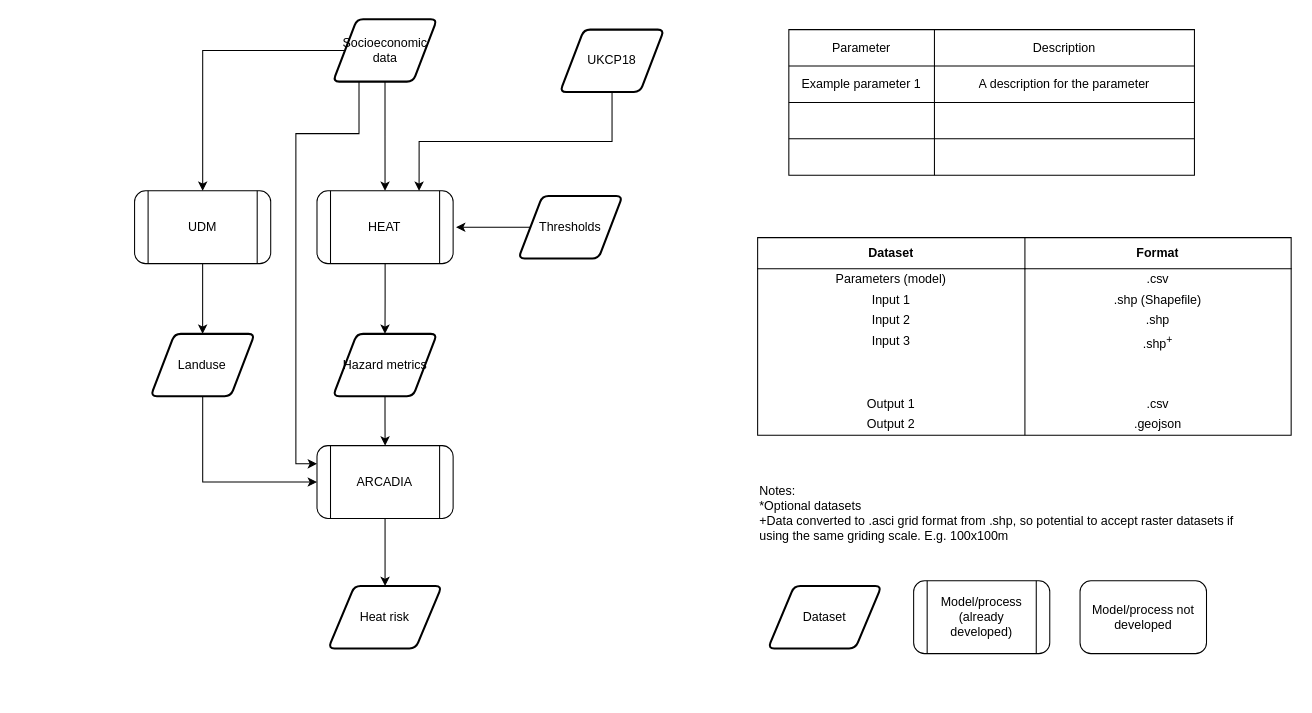
Before: workflows/heat/workflow.drawio in OpenCLIM/workflow-diagrams, a draw.io diagram. Source tidied: cells renumbered, new cells numbered last; positions are measured from the earlier drawing's top-left corner, leaving out a move shared by most shapes. Both pictures are drawn from the tidied source at 104%, with x=0, y=0 at pixel (134, 19).
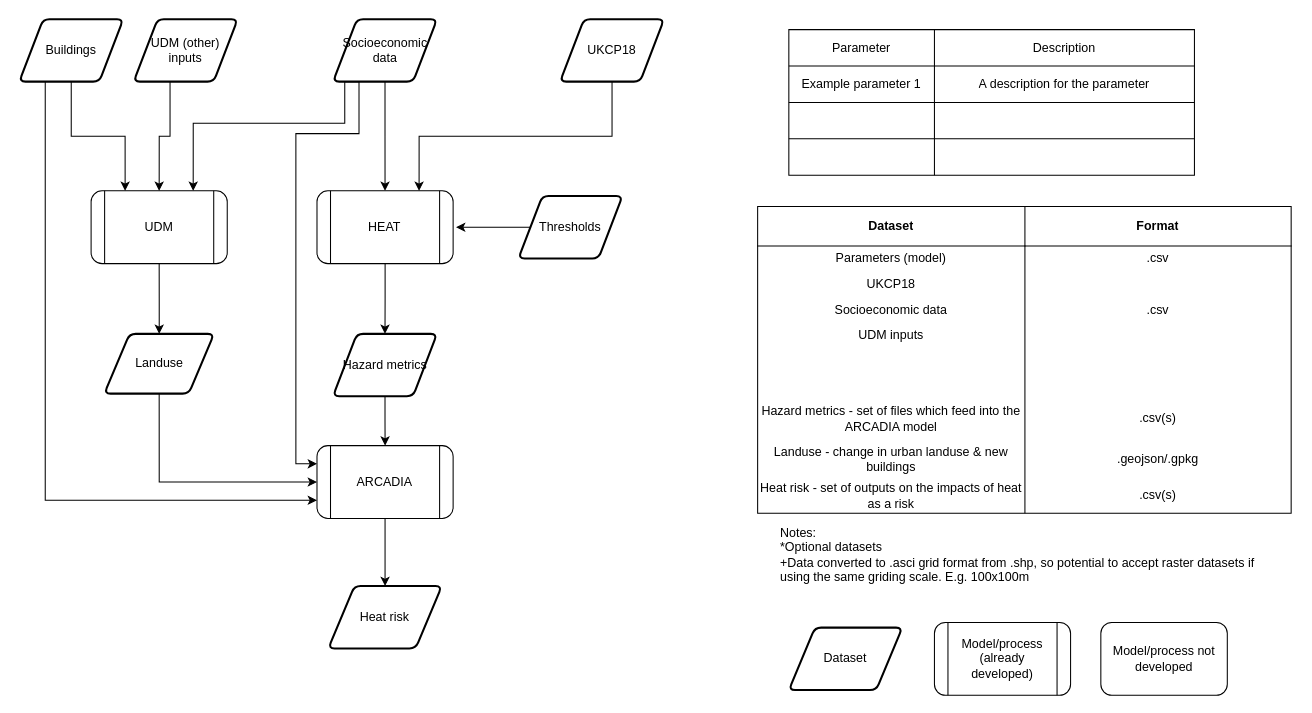
After the change.

Commit message (it also covers changes not shown here):
added more details to heat workflow

Unchanged cells that the change refers to:
```xml
<mxCell id="58" value="Socioeconomic data" style="shape=parallelogram;html=1;strokeWidth=2;perimeter=parallelogramPerimeter;whiteSpace=wrap;rounded=1;arcSize=12;size=0.23;" parent="1" vertex="1">
  <mxGeometry x="190.7" width="100" height="60" as="geometry" />
</mxCell>
<mxCell id="64" value="ARCADIA" style="shape=process;whiteSpace=wrap;html=1;backgroundOutline=1;shadow=0;fontFamily=Helvetica;fontSize=12;fontColor=#000000;align=center;strokeColor=#000000;strokeWidth=1;fillColor=#ffffff;rounded=1;" parent="1" vertex="1">
  <mxGeometry x="175.3" y="410" width="130.9" height="70" as="geometry" />
</mxCell>
```

Change to the diagram source:
```diff
@@
     <mxCell id="6" style="shape=table;html=1;whiteSpace=wrap;startSize=0;childLayout=tableLayout;spacingTop=0;rowLines=0;" parent="1" vertex="1">
-      <mxGeometry x="599" y="210" width="513" height="190" as="geometry" />
+      <mxGeometry x="599" y="180" width="513" height="295" as="geometry" />
     </mxCell>
     <mxCell id="7" style="shape=partialRectangle;html=1;whiteSpace=wrap;fillColor=none;top=0;left=0;bottom=0;right=0;perimeterSpacing=2;strokeWidth=5;" parent="6" vertex="1">
-      <mxGeometry width="513" height="30" as="geometry" />
+      <mxGeometry width="513" height="38" as="geometry" />
     </mxCell>
     <mxCell id="8" value="&lt;b&gt;Dataset&lt;/b&gt;" style="shape=partialRectangle;html=1;whiteSpace=wrap;fillColor=none;top=0;left=0;bottom=1;right=0;overflow=hidden;" parent="7" vertex="1">
-      <mxGeometry width="257" height="30" as="geometry" />
+      <mxGeometry width="257" height="38" as="geometry" />
     </mxCell>
     <mxCell id="9" value="&lt;b&gt;Format&lt;/b&gt;" style="shape=partialRectangle;html=1;whiteSpace=wrap;fillColor=none;top=0;left=0;bottom=1;right=0;overflow=hidden;sketch=0;" parent="7" vertex="1">
-      <mxGeometry x="257" width="256" height="30" as="geometry" />
+      <mxGeometry x="257" width="256" height="38" as="geometry" />
     </mxCell>
     <mxCell id="10" style="shape=partialRectangle;html=1;whiteSpace=wrap;fillColor=none;top=0;left=0;bottom=0;right=0;strokeColor=none;" parent="6" vertex="1">
-      <mxGeometry y="30" width="513" height="20" as="geometry" />
+      <mxGeometry y="38" width="513" height="24" as="geometry" />
     </mxCell>
     <mxCell id="11" value="Parameters (model)" style="shape=partialRectangle;html=1;whiteSpace=wrap;fillColor=none;top=0;left=0;bottom=0;right=0;overflow=hidden;strokeColor=none;" parent="10" vertex="1">
-      <mxGeometry width="257" height="20" as="geometry" />
+      <mxGeometry width="257" height="24" as="geometry" />
     </mxCell>
     <mxCell id="12" value=".csv" style="shape=partialRectangle;html=1;whiteSpace=wrap;fillColor=none;top=0;left=0;bottom=0;right=0;overflow=hidden;strokeColor=none;" parent="10" vertex="1">
-      <mxGeometry x="257" width="256" height="20" as="geometry" />
+      <mxGeometry x="257" width="256" height="24" as="geometry" />
     </mxCell>
     <mxCell id="13" style="shape=partialRectangle;html=1;whiteSpace=wrap;fillColor=none;top=0;left=0;bottom=0;right=0;strokeColor=none;" parent="6" vertex="1">
-      <mxGeometry y="50" width="513" height="20" as="geometry" />
+      <mxGeometry y="62" width="513" height="25" as="geometry" />
     </mxCell>
-    <mxCell id="14" value="Input 1" style="shape=partialRectangle;html=1;whiteSpace=wrap;fillColor=none;top=0;left=0;bottom=0;right=0;overflow=hidden;strokeColor=none;" parent="13" vertex="1">
-      <mxGeometry width="257" height="20" as="geometry" />
+    <mxCell id="14" value="UKCP18" style="shape=partialRectangle;html=1;whiteSpace=wrap;fillColor=none;top=0;left=0;bottom=0;right=0;overflow=hidden;strokeColor=none;" parent="13" vertex="1">
+      <mxGeometry width="257" height="25" as="geometry" />
     </mxCell>
-    <mxCell id="15" value=".shp (Shapefile)" style="shape=partialRectangle;html=1;whiteSpace=wrap;fillColor=none;top=0;left=0;bottom=0;right=0;overflow=hidden;strokeColor=none;" parent="13" vertex="1">
-      <mxGeometry x="257" width="256" height="20" as="geometry" />
+    <mxCell id="15" style="shape=partialRectangle;html=1;whiteSpace=wrap;fillColor=none;top=0;left=0;bottom=0;right=0;overflow=hidden;strokeColor=none;" parent="13" vertex="1">
+      <mxGeometry x="257" width="256" height="25" as="geometry" />
     </mxCell>
     <mxCell id="16" style="shape=partialRectangle;html=1;whiteSpace=wrap;fillColor=none;top=0;left=0;bottom=0;right=0;strokeColor=none;" parent="6" vertex="1">
-      <mxGeometry y="70" width="513" height="20" as="geometry" />
+      <mxGeometry y="87" width="513" height="25" as="geometry" />
     </mxCell>
-    <mxCell id="17" value="Input 2" style="shape=partialRectangle;html=1;whiteSpace=wrap;fillColor=none;top=0;left=0;bottom=0;right=0;overflow=hidden;strokeColor=none;" parent="16" vertex="1">
-      <mxGeometry width="257" height="20" as="geometry" />
+    <mxCell id="17" value="Socioeconomic data" style="shape=partialRectangle;html=1;whiteSpace=wrap;fillColor=none;top=0;left=0;bottom=0;right=0;overflow=hidden;strokeColor=none;" parent="16" vertex="1">
+      <mxGeometry width="257" height="25" as="geometry" />
     </mxCell>
-    <mxCell id="18" value=".shp" style="shape=partialRectangle;html=1;whiteSpace=wrap;fillColor=none;top=0;left=0;bottom=0;right=0;overflow=hidden;strokeColor=none;" parent="16" vertex="1">
-      <mxGeometry x="257" width="256" height="20" as="geometry" />
+    <mxCell id="18" value="&lt;div&gt;.csv&lt;/div&gt;" style="shape=partialRectangle;html=1;whiteSpace=wrap;fillColor=none;top=0;left=0;bottom=0;right=0;overflow=hidden;strokeColor=none;" parent="16" vertex="1">
+      <mxGeometry x="257" width="256" height="25" as="geometry" />
     </mxCell>
     <mxCell id="19" style="shape=partialRectangle;html=1;whiteSpace=wrap;fillColor=none;top=0;left=0;bottom=0;right=0;strokeColor=none;" parent="6" vertex="1">
-      <mxGeometry y="90" width="513" height="20" as="geometry" />
+      <mxGeometry y="112" width="513" height="24" as="geometry" />
     </mxCell>
-    <mxCell id="20" value="Input 3" style="shape=partialRectangle;html=1;whiteSpace=wrap;fillColor=none;top=0;left=0;bottom=0;right=0;overflow=hidden;strokeColor=none;" parent="19" vertex="1">
-      <mxGeometry width="257" height="20" as="geometry" />
+    <mxCell id="20" value="UDM inputs" style="shape=partialRectangle;html=1;whiteSpace=wrap;fillColor=none;top=0;left=0;bottom=0;right=0;overflow=hidden;strokeColor=none;" parent="19" vertex="1">
+      <mxGeometry width="257" height="24" as="geometry" />
     </mxCell>
-    <mxCell id="21" value=".shp&lt;sup&gt;+&lt;/sup&gt;" style="shape=partialRectangle;html=1;whiteSpace=wrap;fillColor=none;top=0;left=0;bottom=0;right=0;overflow=hidden;strokeColor=none;" parent="19" vertex="1">
-      <mxGeometry x="257" width="256" height="20" as="geometry" />
+    <mxCell id="21" style="shape=partialRectangle;html=1;whiteSpace=wrap;fillColor=none;top=0;left=0;bottom=0;right=0;overflow=hidden;strokeColor=none;" parent="19" vertex="1">
+      <mxGeometry x="257" width="256" height="24" as="geometry" />
     </mxCell>
     <mxCell id="22" style="shape=partialRectangle;html=1;whiteSpace=wrap;fillColor=none;top=0;left=0;bottom=0;right=0;strokeColor=none;" parent="6" vertex="1">
-      <mxGeometry y="110" width="513" height="20" as="geometry" />
+      <mxGeometry y="136" width="513" height="26" as="geometry" />
     </mxCell>
     <mxCell id="23" style="shape=partialRectangle;html=1;whiteSpace=wrap;fillColor=none;top=0;left=0;bottom=0;right=0;overflow=hidden;strokeColor=none;" parent="22" vertex="1">
-      <mxGeometry width="257" height="20" as="geometry" />
+      <mxGeometry width="257" height="26" as="geometry" />
     </mxCell>
     <mxCell id="24" style="shape=partialRectangle;html=1;whiteSpace=wrap;fillColor=none;top=0;left=0;bottom=0;right=0;overflow=hidden;strokeColor=none;" parent="22" vertex="1">
-      <mxGeometry x="257" width="256" height="20" as="geometry" />
+      <mxGeometry x="257" width="256" height="26" as="geometry" />
     </mxCell>
     <mxCell id="25" style="shape=partialRectangle;html=1;whiteSpace=wrap;fillColor=none;top=0;left=0;bottom=0;right=0;strokeColor=none;" parent="6" vertex="1">
-      <mxGeometry y="130" width="513" height="20" as="geometry" />
+      <mxGeometry y="162" width="513" height="21" as="geometry" />
     </mxCell>
     <mxCell id="26" style="shape=partialRectangle;html=1;whiteSpace=wrap;fillColor=none;top=0;left=0;bottom=0;right=0;overflow=hidden;strokeColor=none;" parent="25" vertex="1">
-      <mxGeometry width="257" height="20" as="geometry" />
+      <mxGeometry width="257" height="21" as="geometry" />
     </mxCell>
     <mxCell id="27" style="shape=partialRectangle;html=1;whiteSpace=wrap;fillColor=none;top=0;left=0;bottom=0;right=0;overflow=hidden;strokeColor=none;" parent="25" vertex="1">
-      <mxGeometry x="257" width="256" height="20" as="geometry" />
+      <mxGeometry x="257" width="256" height="21" as="geometry" />
     </mxCell>
     <mxCell id="28" style="shape=partialRectangle;html=1;whiteSpace=wrap;fillColor=none;top=0;left=0;bottom=0;right=0;strokeColor=none;" parent="6" vertex="1">
-      <mxGeometry y="150" width="513" height="20" as="geometry" />
+      <mxGeometry y="183" width="513" height="42" as="geometry" />
     </mxCell>
-    <mxCell id="29" value="Output 1" style="shape=partialRectangle;html=1;whiteSpace=wrap;fillColor=none;top=0;left=0;bottom=0;right=0;overflow=hidden;strokeColor=none;" parent="28" vertex="1">
-      <mxGeometry width="257" height="20" as="geometry" />
+    <mxCell id="29" value="Hazard metrics - set of files which feed into the ARCADIA model" style="shape=partialRectangle;html=1;whiteSpace=wrap;fillColor=none;top=0;left=0;bottom=0;right=0;overflow=hidden;strokeColor=none;" parent="28" vertex="1">
+      <mxGeometry width="257" height="42" as="geometry" />
     </mxCell>
-    <mxCell id="30" value=".csv" style="shape=partialRectangle;html=1;whiteSpace=wrap;fillColor=none;top=0;left=0;bottom=0;right=0;overflow=hidden;strokeColor=none;" parent="28" vertex="1">
-      <mxGeometry x="257" width="256" height="20" as="geometry" />
+    <mxCell id="30" value=".csv(s)" style="shape=partialRectangle;html=1;whiteSpace=wrap;fillColor=none;top=0;left=0;bottom=0;right=0;overflow=hidden;strokeColor=none;" parent="28" vertex="1">
+      <mxGeometry x="257" width="256" height="42" as="geometry" />
     </mxCell>
     <mxCell id="31" style="shape=partialRectangle;html=1;whiteSpace=wrap;fillColor=none;top=0;left=0;bottom=0;right=0;strokeColor=none;" parent="6" vertex="1">
-      <mxGeometry y="170" width="513" height="20" as="geometry" />
+      <mxGeometry y="225" width="513" height="35" as="geometry" />
     </mxCell>
-    <mxCell id="32" value="Output 2" style="shape=partialRectangle;html=1;whiteSpace=wrap;fillColor=none;top=0;left=0;bottom=0;right=0;overflow=hidden;strokeColor=none;" parent="31" vertex="1">
-      <mxGeometry width="257" height="20" as="geometry" />
+    <mxCell id="32" value="Landuse - change in urban landuse &amp;amp; new buildings" style="shape=partialRectangle;html=1;whiteSpace=wrap;fillColor=none;top=0;left=0;bottom=0;right=0;overflow=hidden;strokeColor=none;" parent="31" vertex="1">
+      <mxGeometry width="257" height="35" as="geometry" />
     </mxCell>
-    <mxCell id="33" value=".geojson" style="shape=partialRectangle;html=1;whiteSpace=wrap;fillColor=none;top=0;left=0;bottom=0;right=0;overflow=hidden;strokeColor=none;" parent="31" vertex="1">
-      <mxGeometry x="257" width="256" height="20" as="geometry" />
+    <mxCell id="33" value=".geojson/.gpkg" style="shape=partialRectangle;html=1;whiteSpace=wrap;fillColor=none;top=0;left=0;bottom=0;right=0;overflow=hidden;strokeColor=none;" parent="31" vertex="1">
+      <mxGeometry x="257" width="256" height="35" as="geometry" />
     </mxCell>
+    <mxCell id="67" style="shape=partialRectangle;html=1;whiteSpace=wrap;fillColor=none;top=0;left=0;bottom=0;right=0;strokeColor=none;" parent="6" vertex="1">
+      <mxGeometry y="260" width="513" height="35" as="geometry" />
+    </mxCell>
+    <mxCell id="68" value="Heat risk - set of outputs on the impacts of heat as a risk" style="shape=partialRectangle;html=1;whiteSpace=wrap;fillColor=none;top=0;left=0;bottom=0;right=0;overflow=hidden;strokeColor=none;" parent="67" vertex="1">
+      <mxGeometry width="257" height="35" as="geometry" />
+    </mxCell>
+    <mxCell id="69" value=".csv(s)" style="shape=partialRectangle;html=1;whiteSpace=wrap;fillColor=none;top=0;left=0;bottom=0;right=0;overflow=hidden;strokeColor=none;" parent="67" vertex="1">
+      <mxGeometry x="257" width="256" height="35" as="geometry" />
+    </mxCell>
     <mxCell id="34" value="Notes:&lt;br&gt;*Optional datasets&lt;br&gt;+Data converted to .asci grid format from .shp, so potential to accept raster datasets if using the same griding scale. E.g. 100x100m" style="text;html=1;strokeColor=none;fillColor=none;align=left;verticalAlign=top;whiteSpace=wrap;rounded=0;" parent="1" vertex="1">
-      <mxGeometry x="599" y="440" width="460" height="100" as="geometry" />
+      <mxGeometry x="619" y="480" width="460" height="100" as="geometry" />
     </mxCell>
     <mxCell id="35" value="Landuse" style="shape=parallelogram;html=1;strokeWidth=2;perimeter=parallelogramPerimeter;whiteSpace=wrap;rounded=1;arcSize=12;size=0.23;" parent="1" vertex="1">
-      <mxGeometry x="15.4" y="302.5" width="100" height="60" as="geometry" />
+      <mxGeometry x="-29.2" y="302.5" width="105.5" height="57.5" as="geometry" />
     </mxCell>
@@
     <mxCell id="54" value="Dataset" style="shape=parallelogram;html=1;strokeWidth=2;perimeter=parallelogramPerimeter;whiteSpace=wrap;rounded=1;arcSize=12;size=0.23;" parent="1" vertex="1">
-      <mxGeometry x="609" y="545" width="109.1" height="60" as="geometry" />
+      <mxGeometry x="629" y="585" width="109.1" height="60" as="geometry" />
     </mxCell>
     <mxCell id="55" value="Model/process (already developed)" style="shape=process;whiteSpace=wrap;html=1;backgroundOutline=1;shadow=0;fontFamily=Helvetica;fontSize=12;fontColor=#000000;align=center;strokeColor=#000000;strokeWidth=1;fillColor=#ffffff;rounded=1;" parent="1" vertex="1">
-      <mxGeometry x="749" y="540" width="130.9" height="70" as="geometry" />
+      <mxGeometry x="769" y="580" width="130.9" height="70" as="geometry" />
     </mxCell>
     <mxCell id="56" value="Model/process not developed" style="rounded=1;whiteSpace=wrap;html=1;fontSize=12;glass=0;strokeWidth=1;shadow=0;" parent="1" vertex="1">
-      <mxGeometry x="909" y="540" width="121.6" height="70" as="geometry" />
+      <mxGeometry x="929" y="580" width="121.6" height="70" as="geometry" />
     </mxCell>
     <mxCell id="57" value="&lt;div&gt;UKCP18&lt;/div&gt;" style="shape=parallelogram;html=1;strokeWidth=2;perimeter=parallelogramPerimeter;whiteSpace=wrap;rounded=1;arcSize=12;size=0.23;" parent="1" vertex="1">
-      <mxGeometry x="409" y="10" width="100" height="60" as="geometry" />
+      <mxGeometry x="409" width="100" height="60" as="geometry" />
     </mxCell>
@@
     <mxCell id="60" value="&lt;div&gt;UDM&lt;/div&gt;" style="shape=process;whiteSpace=wrap;html=1;backgroundOutline=1;shadow=0;fontFamily=Helvetica;fontSize=12;fontColor=#000000;align=center;strokeColor=#000000;strokeWidth=1;fillColor=#ffffff;rounded=1;" parent="1" vertex="1">
-      <mxGeometry x="-0.1" y="165" width="130.9" height="70" as="geometry" />
+      <mxGeometry x="-41.9" y="165" width="130.9" height="70" as="geometry" />
     </mxCell>
@@
-    <mxCell id="62" style="edgeStyle=orthogonalEdgeStyle;rounded=0;jettySize=auto;html=1;exitX=0;exitY=0.5;exitDx=0;exitDy=0;" parent="1" edge="1" source="58" target="60">
-      <mxGeometry relative="1" as="geometry" />
+    <mxCell id="62" style="edgeStyle=orthogonalEdgeStyle;rounded=0;jettySize=auto;html=1;exitX=0.25;exitY=1;exitDx=0;exitDy=0;entryX=0.75;entryY=0;entryDx=0;entryDy=0;" parent="1" edge="1" source="58" target="60">
+      <mxGeometry relative="1" as="geometry">
+        <Array as="points">
+          <mxPoint x="202" y="60" />
+          <mxPoint x="202" y="100" />
+          <mxPoint x="56" y="100" />
+        </Array>
+      </mxGeometry>
     </mxCell>
@@
+    <mxCell id="70" value="UDM (other) inputs" style="shape=parallelogram;html=1;strokeWidth=2;perimeter=parallelogramPerimeter;whiteSpace=wrap;rounded=1;arcSize=12;size=0.23;" parent="1" vertex="1">
+      <mxGeometry x="-1" width="100" height="60" as="geometry" />
+    </mxCell>
+    <mxCell id="71" style="edgeStyle=orthogonalEdgeStyle;rounded=0;jettySize=auto;html=1;exitX=0.35;exitY=1;exitDx=0;exitDy=0;exitPerimeter=0;entryX=0.5;entryY=0;entryDx=0;entryDy=0;" parent="1" edge="1" source="70" target="60">
+      <mxGeometry relative="1" as="geometry" />
+    </mxCell>
+    <mxCell id="72" value="&lt;div&gt;Buildings&lt;/div&gt;" style="shape=parallelogram;html=1;strokeWidth=2;perimeter=parallelogramPerimeter;whiteSpace=wrap;rounded=1;arcSize=12;size=0.23;" parent="1" vertex="1">
+      <mxGeometry x="-111" width="100" height="60" as="geometry" />
+    </mxCell>
+    <mxCell id="73" style="edgeStyle=orthogonalEdgeStyle;rounded=0;jettySize=auto;html=1;exitX=0.25;exitY=1;exitDx=0;exitDy=0;entryX=0;entryY=0.75;entryDx=0;entryDy=0;" parent="1" edge="1" source="72" target="64">
+      <mxGeometry relative="1" as="geometry">
+        <Array as="points">
+          <mxPoint x="-86" y="463" />
+        </Array>
+      </mxGeometry>
+    </mxCell>
+    <mxCell id="74" style="edgeStyle=orthogonalEdgeStyle;rounded=0;jettySize=auto;html=1;exitX=0.5;exitY=1;exitDx=0;exitDy=0;entryX=0.25;entryY=0;entryDx=0;entryDy=0;" parent="1" edge="1" source="72" target="60">
+      <mxGeometry relative="1" as="geometry" />
+    </mxCell>
```
